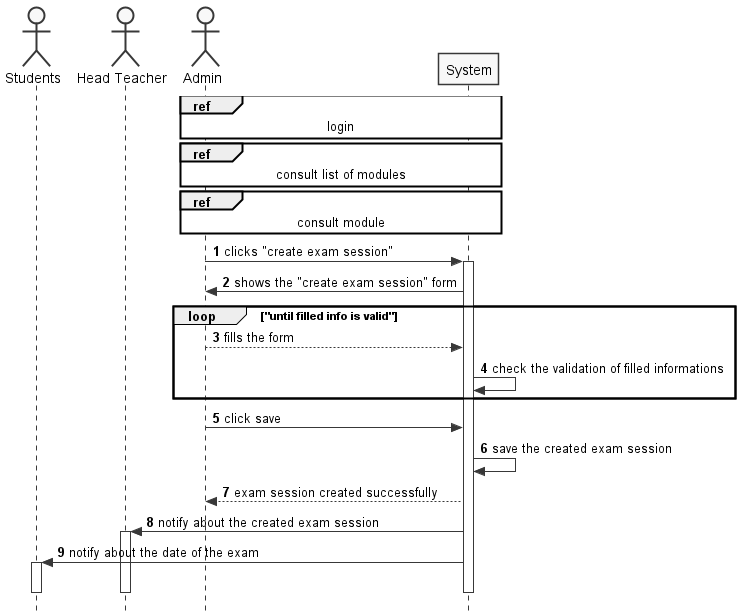
Above: Essays/Essay_2/images/create_exam_session.png in OnlineSecureExamSystem/oses-essays-memos (PlantUML), before the change.
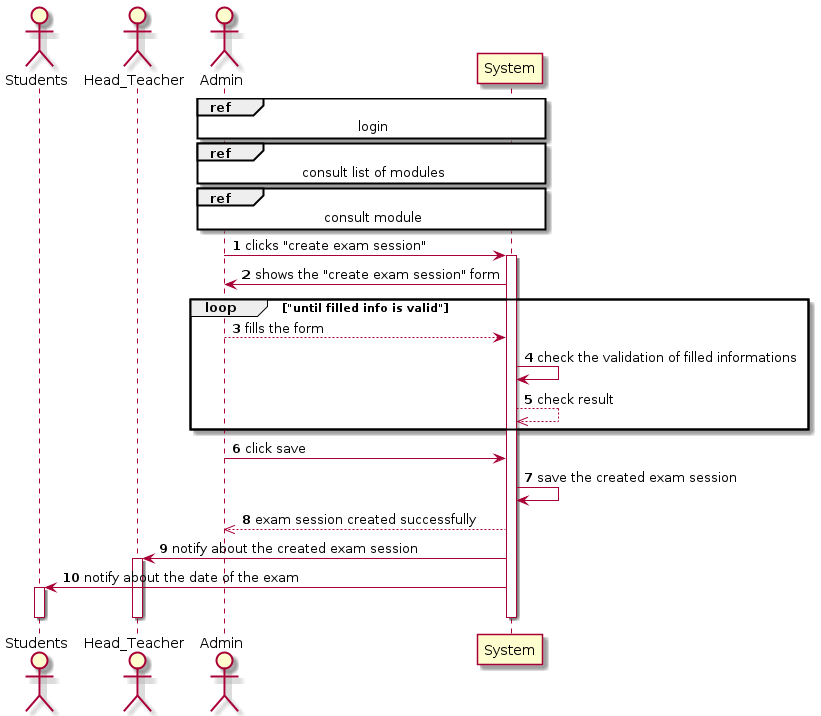
After the change.

Commit message:
update session, pass exam, end session for student dss

Diff of the diagram source:
```diff
@@ -1,13 +1,8 @@
 @startuml
 
 autonumber
-skinparam monochrome true
-skinparam style strictuml
-skinparam Ranksep 150
-skinparam defaultTextAlignment center
-
 actor Students as stdn
-actor "Head Teacher" as teacher
+actor Head_Teacher as teacher
 actor Admin as admin
 
 ref over admin,System : login
@@ -20,10 +15,11 @@
 loop "until filled info is valid"
     admin  --> System: fills the form
     System -> System : check the validation of filled informations
+    System -->> System : check result
 end
     admin   -> System: click save
 System -> System : save the created exam session
-System --> admin : exam session created successfully
+System -->> admin : exam session created successfully
 System -> teacher: notify about the created exam session
 activate teacher
 System -> stdn   : notify about the date of the exam
```
